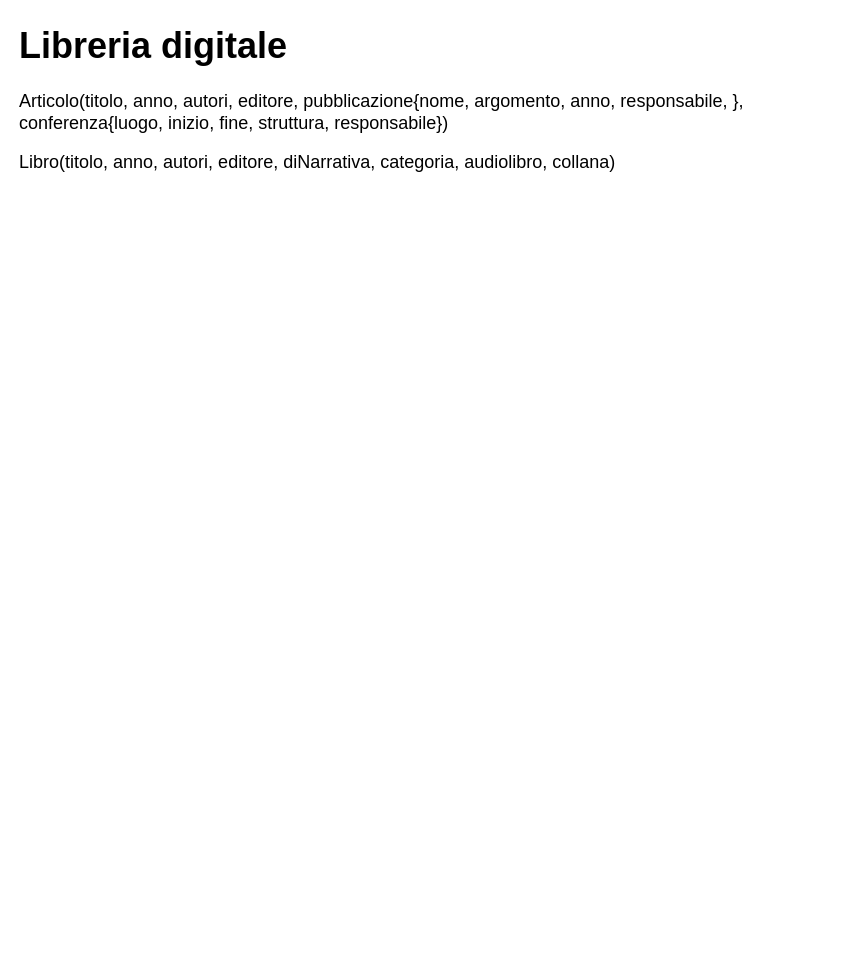
This is database/esercitazione1.drawio from Gabbinetto/draw.io-diagrams, a draw.io file, before an edit. Source tidied: cells renumbered, new cells numbered last; positions are measured from the earlier drawing's top-left corner, leaving out a move shared by most shapes. Both pictures are drawn from the tidied source at 100%, with x=0, y=0 at pixel (17, 17).
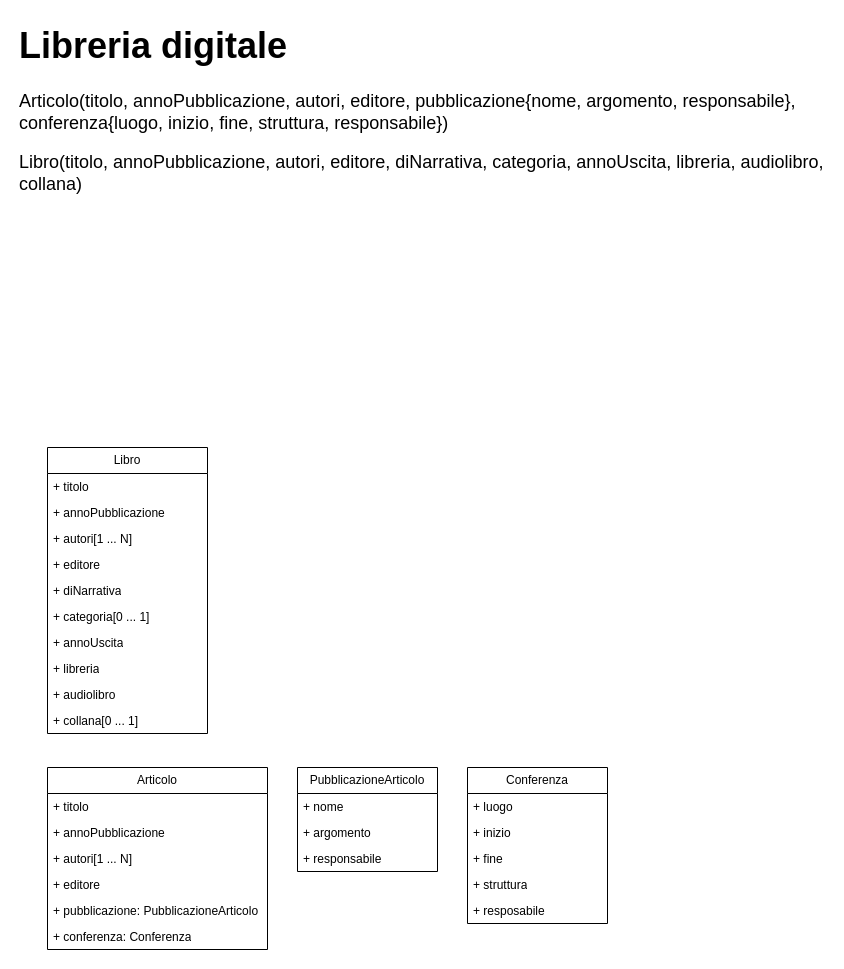
Above is the later version.

The edit, as a diff of the source:
```diff
@@
-    <mxCell id="2" value="&lt;h1 style=&quot;margin-top: 0px;&quot;&gt;Libreria digitale&lt;/h1&gt;&lt;p&gt;Articolo(titolo, anno, autori, editore, pubblicazione{nome, argomento, anno, responsabile, }, conferenza{luogo, inizio, fine, struttura, responsabile})&lt;/p&gt;&lt;p&gt;Libro(titolo, anno, autori, editore, diNarrativa, categoria, audiolibro, collana)&lt;/p&gt;" style="text;html=1;whiteSpace=wrap;overflow=hidden;rounded=0;fontSize=18;" parent="1" vertex="1">
+    <mxCell id="2" value="&lt;h1 style=&quot;margin-top: 0px;&quot;&gt;Libreria digitale&lt;/h1&gt;&lt;p&gt;Articolo(titolo,&amp;nbsp;annoPubblicazione, autori, editore, pubblicazione{nome, argomento, responsabile}, conferenza{luogo, inizio, fine, struttura, responsabile})&lt;/p&gt;&lt;p&gt;Libro(titolo, annoPubblicazione, autori, editore, diNarrativa, categoria, annoUscita, libreria, audiolibro, collana)&lt;/p&gt;" style="text;html=1;whiteSpace=wrap;overflow=hidden;rounded=0;fontSize=18;" parent="1" vertex="1">
       <mxGeometry width="810" height="390" as="geometry" />
     </mxCell>
+    <mxCell id="3" value="&lt;div&gt;Libro&lt;/div&gt;" style="swimlane;fontStyle=0;horizontal=1;startSize=26;fillColor=none;whiteSpace=wrap;html=1;" parent="1" vertex="1">
+      <mxGeometry x="30" y="430" width="160" height="286" as="geometry" />
+    </mxCell>
+    <mxCell id="4" value="&lt;div&gt;+ titolo&lt;/div&gt;" style="text;strokeColor=none;fillColor=none;align=left;verticalAlign=top;spacingLeft=4;spacingRight=4;overflow=hidden;whiteSpace=wrap;html=1;" parent="3" vertex="1">
+      <mxGeometry y="26" width="160" height="26" as="geometry" />
+    </mxCell>
+    <mxCell id="5" value="&lt;div&gt;+ annoPubblicazione&lt;/div&gt;" style="text;strokeColor=none;fillColor=none;align=left;verticalAlign=top;spacingLeft=4;spacingRight=4;overflow=hidden;whiteSpace=wrap;html=1;" parent="3" vertex="1">
+      <mxGeometry y="52" width="160" height="26" as="geometry" />
+    </mxCell>
+    <mxCell id="6" value="&lt;div&gt;+ autori[1 ... N]&lt;/div&gt;" style="text;strokeColor=none;fillColor=none;align=left;verticalAlign=top;spacingLeft=4;spacingRight=4;overflow=hidden;whiteSpace=wrap;html=1;" parent="3" vertex="1">
+      <mxGeometry y="78" width="160" height="26" as="geometry" />
+    </mxCell>
+    <mxCell id="7" value="+ editore" style="text;strokeColor=none;fillColor=none;align=left;verticalAlign=top;spacingLeft=4;spacingRight=4;overflow=hidden;whiteSpace=wrap;html=1;" parent="3" vertex="1">
+      <mxGeometry y="104" width="160" height="26" as="geometry" />
+    </mxCell>
+    <mxCell id="8" value="+ diNarrativa" style="text;strokeColor=none;fillColor=none;align=left;verticalAlign=top;spacingLeft=4;spacingRight=4;overflow=hidden;whiteSpace=wrap;html=1;" parent="3" vertex="1">
+      <mxGeometry y="130" width="160" height="26" as="geometry" />
+    </mxCell>
+    <mxCell id="9" value="+ categoria[0 ... 1]" style="text;strokeColor=none;fillColor=none;align=left;verticalAlign=top;spacingLeft=4;spacingRight=4;overflow=hidden;whiteSpace=wrap;html=1;" parent="3" vertex="1">
+      <mxGeometry y="156" width="160" height="26" as="geometry" />
+    </mxCell>
+    <mxCell id="10" value="+ annoUscita" style="text;strokeColor=none;fillColor=none;align=left;verticalAlign=top;spacingLeft=4;spacingRight=4;overflow=hidden;whiteSpace=wrap;html=1;" parent="3" vertex="1">
+      <mxGeometry y="182" width="160" height="26" as="geometry" />
+    </mxCell>
+    <mxCell id="11" value="&lt;div&gt;+ libreria&lt;/div&gt;" style="text;strokeColor=none;fillColor=none;align=left;verticalAlign=top;spacingLeft=4;spacingRight=4;overflow=hidden;whiteSpace=wrap;html=1;" parent="3" vertex="1">
+      <mxGeometry y="208" width="160" height="26" as="geometry" />
+    </mxCell>
+    <mxCell id="12" value="+ audiolibro" style="text;strokeColor=none;fillColor=none;align=left;verticalAlign=top;spacingLeft=4;spacingRight=4;overflow=hidden;whiteSpace=wrap;html=1;" parent="3" vertex="1">
+      <mxGeometry y="234" width="160" height="26" as="geometry" />
+    </mxCell>
+    <mxCell id="13" value="+ collana[0 ... 1]" style="text;strokeColor=none;fillColor=none;align=left;verticalAlign=top;spacingLeft=4;spacingRight=4;overflow=hidden;whiteSpace=wrap;html=1;" parent="3" vertex="1">
+      <mxGeometry y="260" width="160" height="26" as="geometry" />
+    </mxCell>
+    <mxCell id="14" value="&lt;div&gt;Articolo&lt;/div&gt;" style="swimlane;fontStyle=0;horizontal=1;startSize=26;fillColor=none;whiteSpace=wrap;html=1;" parent="1" vertex="1">
+      <mxGeometry x="30" y="750" width="220" height="182" as="geometry" />
+    </mxCell>
+    <mxCell id="15" value="+ titolo" style="text;strokeColor=none;fillColor=none;align=left;verticalAlign=top;spacingLeft=4;spacingRight=4;overflow=hidden;whiteSpace=wrap;html=1;" parent="14" vertex="1">
+      <mxGeometry y="26" width="220" height="26" as="geometry" />
+    </mxCell>
+    <mxCell id="16" value="+ annoPubblicazione" style="text;strokeColor=none;fillColor=none;align=left;verticalAlign=top;spacingLeft=4;spacingRight=4;overflow=hidden;whiteSpace=wrap;html=1;" parent="14" vertex="1">
+      <mxGeometry y="52" width="220" height="26" as="geometry" />
+    </mxCell>
+    <mxCell id="17" value="+ autori[1 ... N]" style="text;strokeColor=none;fillColor=none;align=left;verticalAlign=top;spacingLeft=4;spacingRight=4;overflow=hidden;whiteSpace=wrap;html=1;" parent="14" vertex="1">
+      <mxGeometry y="78" width="220" height="26" as="geometry" />
+    </mxCell>
+    <mxCell id="18" value="+ editore" style="text;strokeColor=none;fillColor=none;align=left;verticalAlign=top;spacingLeft=4;spacingRight=4;overflow=hidden;whiteSpace=wrap;html=1;" parent="14" vertex="1">
+      <mxGeometry y="104" width="220" height="26" as="geometry" />
+    </mxCell>
+    <mxCell id="19" value="+ pubblicazione: PubblicazioneArticolo" style="text;strokeColor=none;fillColor=none;align=left;verticalAlign=top;spacingLeft=4;spacingRight=4;overflow=hidden;whiteSpace=wrap;html=1;" parent="14" vertex="1">
+      <mxGeometry y="130" width="220" height="26" as="geometry" />
+    </mxCell>
+    <mxCell id="20" value="+ conferenza: Conferenza" style="text;strokeColor=none;fillColor=none;align=left;verticalAlign=top;spacingLeft=4;spacingRight=4;overflow=hidden;whiteSpace=wrap;html=1;" parent="14" vertex="1">
+      <mxGeometry y="156" width="220" height="26" as="geometry" />
+    </mxCell>
+    <mxCell id="21" value="PubblicazioneArticolo" style="swimlane;fontStyle=0;horizontal=1;startSize=26;fillColor=none;whiteSpace=wrap;html=1;" parent="1" vertex="1">
+      <mxGeometry x="280" y="750" width="140" height="104" as="geometry" />
+    </mxCell>
+    <mxCell id="22" value="+ nome" style="text;strokeColor=none;fillColor=none;align=left;verticalAlign=top;spacingLeft=4;spacingRight=4;overflow=hidden;whiteSpace=wrap;html=1;" parent="21" vertex="1">
+      <mxGeometry y="26" width="140" height="26" as="geometry" />
+    </mxCell>
+    <mxCell id="23" value="+ argomento" style="text;strokeColor=none;fillColor=none;align=left;verticalAlign=top;spacingLeft=4;spacingRight=4;overflow=hidden;whiteSpace=wrap;html=1;" parent="21" vertex="1">
+      <mxGeometry y="52" width="140" height="26" as="geometry" />
+    </mxCell>
+    <mxCell id="24" value="+ responsabile" style="text;strokeColor=none;fillColor=none;align=left;verticalAlign=top;spacingLeft=4;spacingRight=4;overflow=hidden;whiteSpace=wrap;html=1;" parent="21" vertex="1">
+      <mxGeometry y="78" width="140" height="26" as="geometry" />
+    </mxCell>
+    <mxCell id="25" value="Conferenza" style="swimlane;fontStyle=0;horizontal=1;startSize=26;fillColor=none;whiteSpace=wrap;html=1;" parent="1" vertex="1">
+      <mxGeometry x="450" y="750" width="140" height="156" as="geometry" />
+    </mxCell>
+    <mxCell id="26" value="&lt;div&gt;+ luogo&lt;/div&gt;" style="text;strokeColor=none;fillColor=none;align=left;verticalAlign=top;spacingLeft=4;spacingRight=4;overflow=hidden;whiteSpace=wrap;html=1;" parent="25" vertex="1">
+      <mxGeometry y="26" width="140" height="26" as="geometry" />
+    </mxCell>
+    <mxCell id="27" value="+ inizio" style="text;strokeColor=none;fillColor=none;align=left;verticalAlign=top;spacingLeft=4;spacingRight=4;overflow=hidden;whiteSpace=wrap;html=1;" parent="25" vertex="1">
+      <mxGeometry y="52" width="140" height="26" as="geometry" />
+    </mxCell>
+    <mxCell id="28" value="+ fine" style="text;strokeColor=none;fillColor=none;align=left;verticalAlign=top;spacingLeft=4;spacingRight=4;overflow=hidden;whiteSpace=wrap;html=1;" parent="25" vertex="1">
+      <mxGeometry y="78" width="140" height="26" as="geometry" />
+    </mxCell>
+    <mxCell id="29" value="+ struttura" style="text;strokeColor=none;fillColor=none;align=left;verticalAlign=top;spacingLeft=4;spacingRight=4;overflow=hidden;whiteSpace=wrap;html=1;" parent="25" vertex="1">
+      <mxGeometry y="104" width="140" height="26" as="geometry" />
+    </mxCell>
+    <mxCell id="30" value="+ resposabile" style="text;strokeColor=none;fillColor=none;align=left;verticalAlign=top;spacingLeft=4;spacingRight=4;overflow=hidden;whiteSpace=wrap;html=1;" parent="25" vertex="1">
+      <mxGeometry y="130" width="140" height="26" as="geometry" />
+    </mxCell>
```
